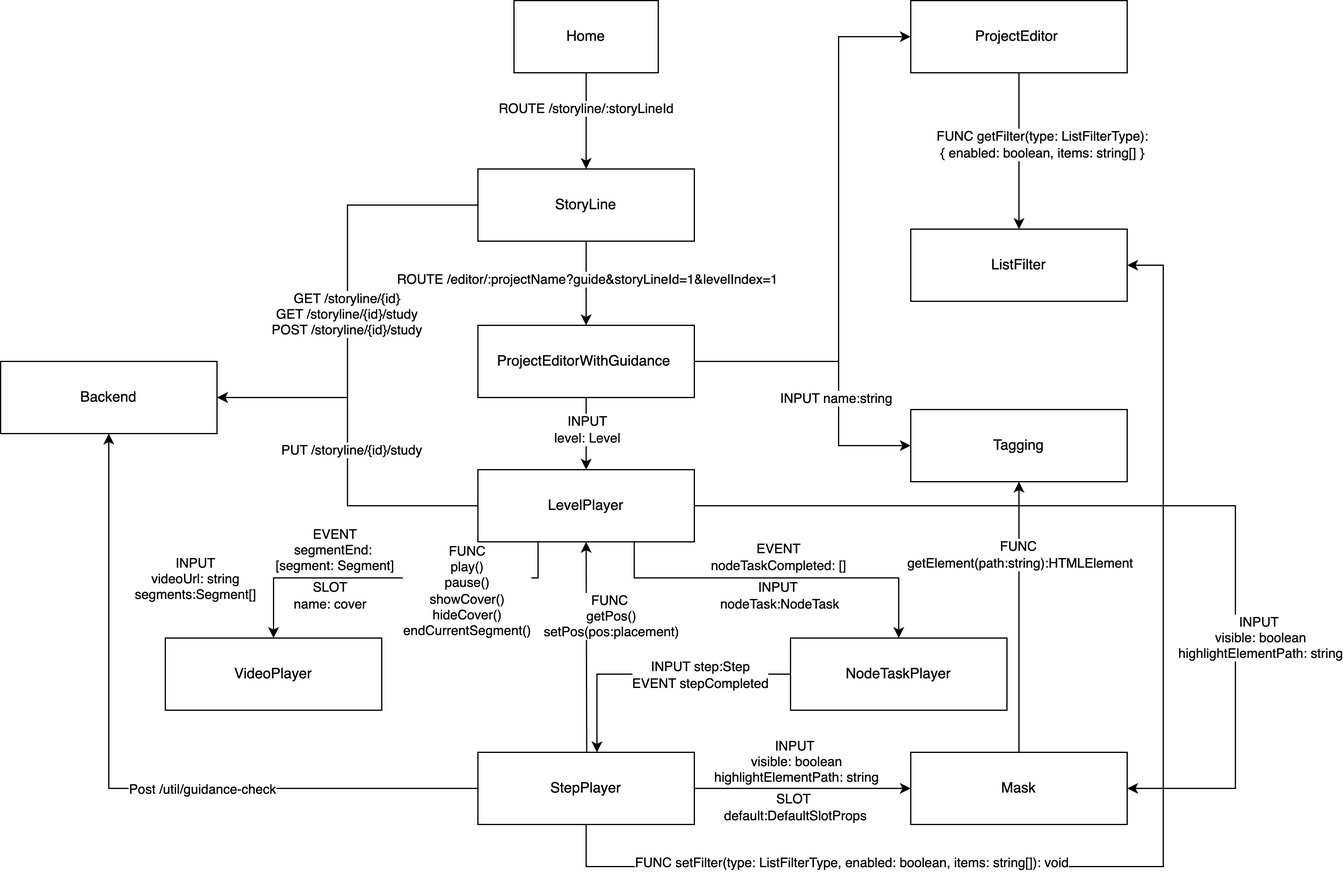
Before: docs/develop/guidance/assets/guidance-architecture.png, a diagram exported from draw.io (goplus/builder). Source tidied: cells renumbered, new cells last; positions are measured from the earlier drawing's top-left corner, leaving out a move shared by most shapes.
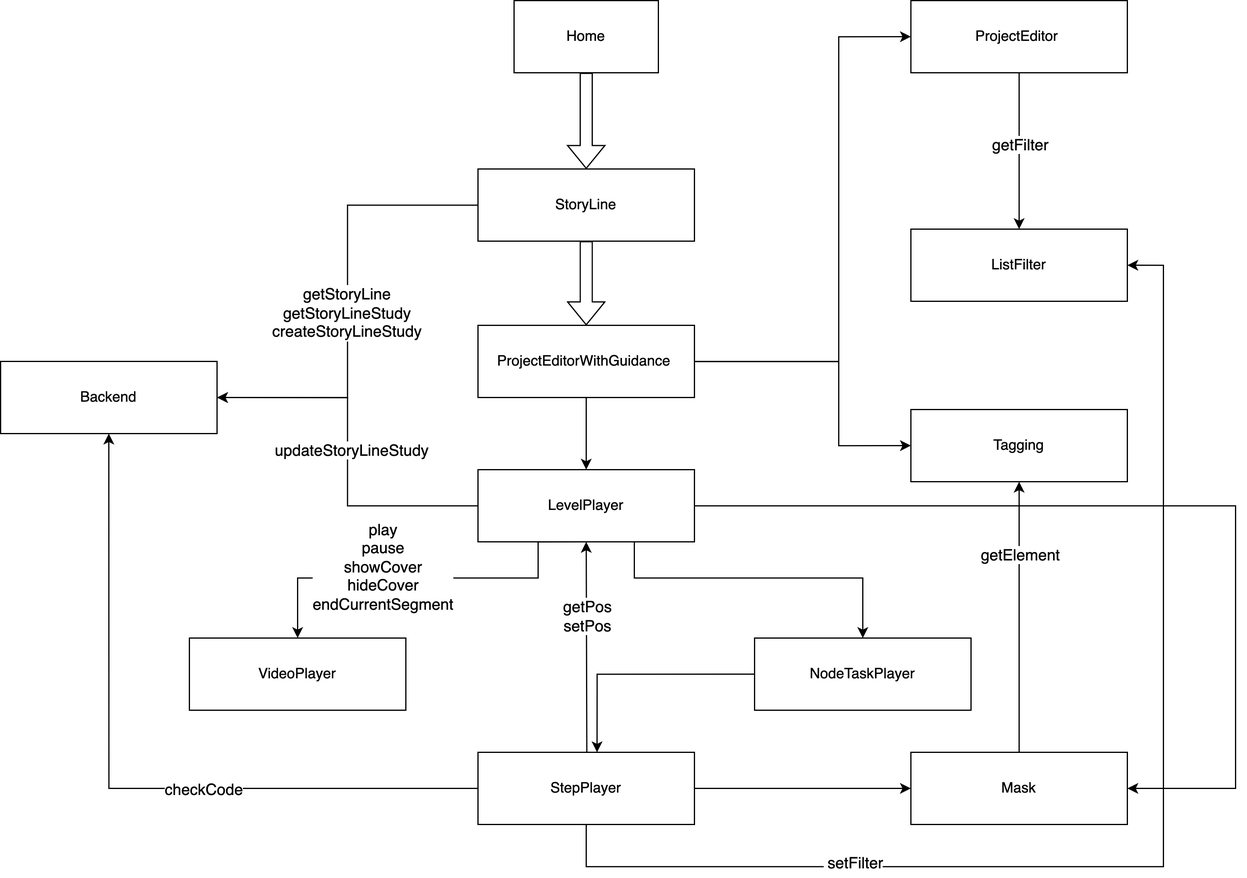
After the commit.

Commit message:
update image of guidance-architecture

Change to the diagram source:
```diff
@@ -5,30 +5,20 @@
     <mxCell id="2" style="edgeStyle=orthogonalEdgeStyle;rounded=0;jettySize=auto;html=1;entryX=1;entryY=0.5;entryDx=0;entryDy=0;" parent="1" edge="1" source="6" target="45">
       <mxGeometry relative="1" as="geometry" />
     </mxCell>
-    <mxCell id="3" value="GET /storyline/{id}&lt;div&gt;GET /storyline/{id}/study&lt;/div&gt;&lt;div&gt;POST /storyline/{id}/study&lt;/div&gt;" style="edgeLabel;html=1;align=center;verticalAlign=middle;" parent="2" vertex="1">
+    <mxCell id="3" value="getStoryLine&lt;div&gt;getStoryLineStudy&lt;/div&gt;&lt;div&gt;createStoryLineStudy&lt;/div&gt;" style="edgeLabel;html=1;align=center;verticalAlign=middle;fontSize=13;" parent="2" vertex="1">
       <mxGeometry x="-0.11" y="-1" relative="1" as="geometry">
         <mxPoint y="30" as="offset" />
       </mxGeometry>
     </mxCell>
-    <mxCell id="4" style="edgeStyle=orthogonalEdgeStyle;rounded=0;jettySize=auto;html=1;entryX=0.5;entryY=0;entryDx=0;entryDy=0;" parent="1" edge="1" source="6" target="12">
+    <mxCell id="4" style="edgeStyle=orthogonalEdgeStyle;rounded=0;jettySize=auto;html=1;entryX=0.5;entryY=0;entryDx=0;entryDy=0;shape=flexArrow;" parent="1" edge="1" source="6" target="12">
       <mxGeometry relative="1" as="geometry" />
     </mxCell>
-    <mxCell id="5" value="ROUTE /editor/:projectName?guide&amp;amp;storyLineId=1&amp;amp;levelIndex=1" style="edgeLabel;html=1;align=center;verticalAlign=middle;" parent="4" vertex="1">
-      <mxGeometry x="-0.09" relative="1" as="geometry">
-        <mxPoint y="-1" as="offset" />
-      </mxGeometry>
-    </mxCell>
     <mxCell id="6" value="StoryLine" style="rounded=0;whiteSpace=wrap;html=1;" parent="1" vertex="1">
       <mxGeometry x="397" y="140" width="180" height="60" as="geometry" />
     </mxCell>
     <mxCell id="7" style="edgeStyle=orthogonalEdgeStyle;rounded=0;jettySize=auto;html=1;entryX=0.5;entryY=0;entryDx=0;entryDy=0;" parent="1" edge="1" source="12" target="27">
       <mxGeometry relative="1" as="geometry" />
     </mxCell>
-    <mxCell id="8" value="INPUT&lt;div&gt;level: Level&lt;/div&gt;" style="edgeLabel;html=1;align=center;verticalAlign=middle;" parent="7" vertex="1">
-      <mxGeometry x="-0.14" y="2" relative="1" as="geometry">
-        <mxPoint x="-2" as="offset" />
-      </mxGeometry>
-    </mxCell>
     <mxCell id="9" style="edgeStyle=orthogonalEdgeStyle;rounded=0;jettySize=auto;html=1;entryX=0;entryY=0.5;entryDx=0;entryDy=0;" parent="1" edge="1" source="12" target="29">
       <mxGeometry relative="1" as="geometry">
         <Array as="points">
@@ -37,11 +27,6 @@
         </Array>
       </mxGeometry>
     </mxCell>
-    <mxCell id="10" value="INPUT name:string" style="edgeLabel;html=1;align=center;verticalAlign=middle;" parent="9" vertex="1">
-      <mxGeometry x="-0.13" relative="1" as="geometry">
-        <mxPoint x="9" y="30" as="offset" />
-      </mxGeometry>
-    </mxCell>
     <mxCell id="11" style="edgeStyle=orthogonalEdgeStyle;rounded=0;jettySize=auto;html=1;entryX=0;entryY=0.5;entryDx=0;entryDy=0;" parent="1" edge="1" source="12" target="51">
       <mxGeometry relative="1" as="geometry">
         <Array as="points">
@@ -56,7 +41,7 @@
     <mxCell id="13" style="edgeStyle=orthogonalEdgeStyle;rounded=0;jettySize=auto;html=1;entryX=1;entryY=0.5;entryDx=0;entryDy=0;" parent="1" edge="1" source="27" target="45">
       <mxGeometry relative="1" as="geometry" />
     </mxCell>
-    <mxCell id="14" value="PUT /storyline/{id}/study" style="edgeLabel;html=1;align=center;verticalAlign=middle;" parent="13" vertex="1">
+    <mxCell id="14" value="updateStoryLineStudy" style="edgeLabel;html=1;align=center;verticalAlign=middle;fontSize=13;" parent="13" vertex="1">
       <mxGeometry x="0.01" y="-3" relative="1" as="geometry" />
     </mxCell>
     <mxCell id="15" style="edgeStyle=orthogonalEdgeStyle;rounded=0;jettySize=auto;html=1;exitX=0.5;exitY=1;exitDx=0;exitDy=0;entryX=0.5;entryY=0;entryDx=0;entryDy=0;" parent="1" edge="1" source="27" target="44">
@@ -64,49 +49,24 @@
         <Array as="points">
           <mxPoint x="447" y="450" />
           <mxPoint x="447" y="480" />
-          <mxPoint x="227" y="480" />
+          <mxPoint x="247" y="480" />
         </Array>
       </mxGeometry>
     </mxCell>
-    <mxCell id="16" value="FUNC&lt;div&gt;play()&lt;br&gt;pause()&lt;br&gt;showCover()&lt;br&gt;hideCover()&lt;/div&gt;&lt;div&gt;endCurrentSegment()&lt;/div&gt;" style="edgeLabel;html=1;align=center;verticalAlign=middle;" parent="15" vertex="1">
+    <mxCell id="16" value="&lt;div&gt;play&lt;br&gt;pause&lt;br&gt;showCover&lt;br&gt;hideCover&lt;/div&gt;&lt;div&gt;endCurrentSegment&lt;/div&gt;" style="edgeLabel;html=1;align=center;verticalAlign=middle;fontSize=13;" parent="15" vertex="1">
       <mxGeometry x="0.03" y="-1" relative="1" as="geometry">
-        <mxPoint x="45" y="11" as="offset" />
+        <mxPoint x="-35" y="-9" as="offset" />
       </mxGeometry>
     </mxCell>
-    <mxCell id="17" value="INPUT&lt;br&gt;videoUrl: string&lt;br&gt;segments:Segment[]" style="edgeLabel;html=1;align=center;verticalAlign=middle;" parent="15" vertex="1">
-      <mxGeometry x="0.58" y="-1" relative="1" as="geometry">
-        <mxPoint x="-87" y="1" as="offset" />
-      </mxGeometry>
-    </mxCell>
-    <mxCell id="18" value="EVENT&lt;div&gt;segmentEnd:&amp;nbsp;&lt;/div&gt;&lt;div&gt;[segment: Segment]&lt;/div&gt;" style="edgeLabel;html=1;align=center;verticalAlign=middle;" parent="15" vertex="1">
-      <mxGeometry x="-0.07" y="-1" relative="1" as="geometry">
-        <mxPoint x="-81" y="-23" as="offset" />
-      </mxGeometry>
-    </mxCell>
-    <mxCell id="19" value="SLOT&lt;div&gt;name: cover&lt;/div&gt;" style="edgeLabel;html=1;align=center;verticalAlign=middle;" parent="15" vertex="1">
-      <mxGeometry x="0.43" y="2" relative="1" as="geometry">
-        <mxPoint y="12" as="offset" />
-      </mxGeometry>
-    </mxCell>
     <mxCell id="20" style="edgeStyle=orthogonalEdgeStyle;rounded=0;jettySize=auto;html=1;entryX=0.5;entryY=0;entryDx=0;entryDy=0;" parent="1" edge="1" target="33">
       <mxGeometry relative="1" as="geometry">
         <mxPoint x="527" y="450" as="sourcePoint" />
         <Array as="points">
           <mxPoint x="527" y="480" />
-          <mxPoint x="747" y="480" />
+          <mxPoint x="717" y="480" />
         </Array>
       </mxGeometry>
     </mxCell>
-    <mxCell id="21" value="INPUT&amp;nbsp;&lt;div&gt;nodeTask:NodeTask&lt;/div&gt;" style="edgeLabel;html=1;align=center;verticalAlign=middle;" parent="20" vertex="1">
-      <mxGeometry x="-0.29" y="3" relative="1" as="geometry">
-        <mxPoint x="43" y="17" as="offset" />
-      </mxGeometry>
-    </mxCell>
-    <mxCell id="22" value="EVENT&lt;div&gt;nodeTaskCompleted: []&lt;/div&gt;" style="edgeLabel;html=1;align=center;verticalAlign=middle;" parent="20" vertex="1">
-      <mxGeometry x="0.49" relative="1" as="geometry">
-        <mxPoint x="-74" y="-18" as="offset" />
-      </mxGeometry>
-    </mxCell>
     <mxCell id="23" style="edgeStyle=orthogonalEdgeStyle;rounded=0;jettySize=auto;html=1;entryX=0.5;entryY=0;entryDx=0;entryDy=0;exitX=0;exitY=0.5;exitDx=0;exitDy=0;" parent="1" edge="1" source="33">
       <mxGeometry relative="1" as="geometry">
         <mxPoint x="496" y="625" as="targetPoint" />
@@ -115,11 +75,6 @@
         </Array>
       </mxGeometry>
     </mxCell>
-    <mxCell id="24" value="INPUT step:Step&lt;div&gt;EVENT stepCompleted&lt;/div&gt;" style="edgeLabel;html=1;align=center;verticalAlign=middle;" parent="23" vertex="1">
-      <mxGeometry x="-0.3" y="1" relative="1" as="geometry">
-        <mxPoint x="4" y="-1" as="offset" />
-      </mxGeometry>
-    </mxCell>
     <mxCell id="25" style="edgeStyle=orthogonalEdgeStyle;rounded=0;jettySize=auto;html=1;entryX=1;entryY=0.5;entryDx=0;entryDy=0;" parent="1" edge="1" source="27" target="32">
       <mxGeometry relative="1" as="geometry">
         <Array as="points">
@@ -128,11 +83,6 @@
         </Array>
       </mxGeometry>
     </mxCell>
-    <mxCell id="26" value="INPUT&amp;nbsp;&lt;div&gt;visible: boolean&lt;/div&gt;&lt;div&gt;highlightElementPath: string&lt;/div&gt;" style="edgeLabel;html=1;align=center;verticalAlign=middle;" parent="25" vertex="1">
-      <mxGeometry x="0.44" y="2" relative="1" as="geometry">
-        <mxPoint x="18" y="1" as="offset" />
-      </mxGeometry>
-    </mxCell>
     <mxCell id="27" value="LevelPlayer" style="rounded=0;whiteSpace=wrap;html=1;" parent="1" vertex="1">
       <mxGeometry x="397" y="390" width="180" height="60" as="geometry" />
     </mxCell>
@@ -145,7 +95,7 @@
     <mxCell id="30" style="edgeStyle=orthogonalEdgeStyle;rounded=0;jettySize=auto;html=1;" parent="1" edge="1" source="32" target="29">
       <mxGeometry relative="1" as="geometry" />
     </mxCell>
-    <mxCell id="31" value="FUNC&amp;nbsp;&lt;div&gt;getElement(path:string):HTMLElement&lt;/div&gt;" style="edgeLabel;html=1;align=center;verticalAlign=middle;" parent="30" vertex="1">
+    <mxCell id="31" value="&lt;div&gt;getElement&lt;/div&gt;" style="edgeLabel;html=1;align=center;verticalAlign=middle;fontSize=13;" parent="30" vertex="1">
       <mxGeometry x="0.24" y="1" relative="1" as="geometry">
         <mxPoint x="1" y="-26" as="offset" />
       </mxGeometry>
@@ -154,7 +104,7 @@
       <mxGeometry x="757" y="625" width="180" height="60" as="geometry" />
     </mxCell>
     <mxCell id="33" value="NodeTaskPlayer" style="rounded=0;whiteSpace=wrap;html=1;" parent="1" vertex="1">
-      <mxGeometry x="657" y="530" width="180" height="60" as="geometry" />
+      <mxGeometry x="627" y="530" width="180" height="60" as="geometry" />
     </mxCell>
     <mxCell id="34" style="edgeStyle=orthogonalEdgeStyle;rounded=0;orthogonalLoop=1;jettySize=auto;html=1;exitX=0.5;exitY=0;exitDx=0;exitDy=0;" parent="1" edge="1">
       <mxGeometry relative="1" as="geometry">
@@ -165,15 +115,15 @@
         </Array>
       </mxGeometry>
     </mxCell>
-    <mxCell id="35" value="FUNC&amp;nbsp;&lt;div&gt;getPos()&lt;div&gt;setPos(pos:placement)&lt;/div&gt;&lt;/div&gt;" style="edgeLabel;html=1;align=center;verticalAlign=middle;" parent="34" vertex="1">
+    <mxCell id="35" value="&lt;div&gt;getPos&lt;div&gt;setPos&lt;/div&gt;&lt;/div&gt;" style="edgeLabel;html=1;align=center;verticalAlign=middle;fontSize=13;" parent="34" vertex="1">
       <mxGeometry x="0.16" y="2" relative="1" as="geometry">
-        <mxPoint x="22" y="-12" as="offset" />
+        <mxPoint x="2" y="-12" as="offset" />
       </mxGeometry>
     </mxCell>
     <mxCell id="36" style="edgeStyle=orthogonalEdgeStyle;rounded=0;jettySize=auto;html=1;entryX=0.5;entryY=1;entryDx=0;entryDy=0;" parent="1" edge="1" source="43" target="45">
       <mxGeometry relative="1" as="geometry" />
     </mxCell>
-    <mxCell id="37" value="Post /util/guidance-check" style="edgeLabel;html=1;align=center;verticalAlign=middle;" parent="36" vertex="1">
+    <mxCell id="37" value="checkCode" style="edgeLabel;html=1;align=center;verticalAlign=middle;fontSize=13;" parent="36" vertex="1">
       <mxGeometry x="-0.24" y="5" relative="1" as="geometry">
         <mxPoint y="-5" as="offset" />
       </mxGeometry>
@@ -181,16 +131,6 @@
     <mxCell id="38" style="edgeStyle=orthogonalEdgeStyle;rounded=0;jettySize=auto;html=1;entryX=0;entryY=0.5;entryDx=0;entryDy=0;" parent="1" edge="1" source="43" target="32">
       <mxGeometry relative="1" as="geometry" />
     </mxCell>
-    <mxCell id="39" value="INPUT&amp;nbsp;&lt;div&gt;visible: boolean&lt;/div&gt;&lt;div&gt;highlightElementPath: string&lt;/div&gt;" style="edgeLabel;html=1;align=center;verticalAlign=middle;" parent="38" vertex="1">
-      <mxGeometry x="-0.27" y="-2" relative="1" as="geometry">
-        <mxPoint x="19" y="-25" as="offset" />
-      </mxGeometry>
-    </mxCell>
-    <mxCell id="40" value="SLOT&amp;nbsp;&lt;div&gt;default:DefaultSlotProps&lt;/div&gt;" style="edgeLabel;html=1;align=center;verticalAlign=middle;" parent="38" vertex="1">
-      <mxGeometry x="-0.06" y="-2" relative="1" as="geometry">
-        <mxPoint y="13" as="offset" />
-      </mxGeometry>
-    </mxCell>
     <mxCell id="41" style="edgeStyle=orthogonalEdgeStyle;rounded=0;jettySize=auto;html=1;entryX=1;entryY=0.5;entryDx=0;entryDy=0;" parent="1" edge="1" source="43" target="28">
       <mxGeometry relative="1" as="geometry">
         <Array as="points">
@@ -200,7 +140,7 @@
         </Array>
       </mxGeometry>
     </mxCell>
-    <mxCell id="42" value="FUNC setFilter(type: ListFilterType, enabled: boolean, items: string[]): void" style="edgeLabel;html=1;align=center;verticalAlign=middle;" parent="41" vertex="1">
+    <mxCell id="42" value="&amp;nbsp;setFilter" style="edgeLabel;html=1;align=center;verticalAlign=middle;fontSize=13;" parent="41" vertex="1">
       <mxGeometry x="-0.65" y="4" relative="1" as="geometry">
         <mxPoint x="73" as="offset" />
       </mxGeometry>
@@ -209,28 +149,23 @@
       <mxGeometry x="397" y="625" width="180" height="60" as="geometry" />
     </mxCell>
     <mxCell id="44" value="VideoPlayer" style="rounded=0;whiteSpace=wrap;html=1;" parent="1" vertex="1">
-      <mxGeometry x="137" y="530" width="180" height="60" as="geometry" />
+      <mxGeometry x="157" y="530" width="180" height="60" as="geometry" />
     </mxCell>
     <mxCell id="45" value="Backend" style="rounded=0;whiteSpace=wrap;html=1;" parent="1" vertex="1">
       <mxGeometry y="300" width="180" height="60" as="geometry" />
     </mxCell>
-    <mxCell id="46" style="edgeStyle=orthogonalEdgeStyle;rounded=0;jettySize=auto;html=1;entryX=0.5;entryY=0;entryDx=0;entryDy=0;" parent="1" edge="1" source="48" target="6">
+    <mxCell id="46" style="edgeStyle=orthogonalEdgeStyle;rounded=0;jettySize=auto;html=1;entryX=0.5;entryY=0;entryDx=0;entryDy=0;shape=flexArrow;" parent="1" edge="1" source="48" target="6">
       <mxGeometry relative="1" as="geometry" />
     </mxCell>
-    <mxCell id="47" value="ROUTE /storyline/:storyLineId" style="edgeLabel;html=1;align=center;verticalAlign=middle;" parent="46" vertex="1">
-      <mxGeometry x="-0.26" y="-1" relative="1" as="geometry">
-        <mxPoint y="-1" as="offset" />
-      </mxGeometry>
-    </mxCell>
     <mxCell id="48" value="Home" style="rounded=0;whiteSpace=wrap;html=1;" parent="1" vertex="1">
       <mxGeometry x="427" width="120" height="60" as="geometry" />
     </mxCell>
     <mxCell id="49" style="edgeStyle=orthogonalEdgeStyle;rounded=0;jettySize=auto;html=1;entryX=0.5;entryY=0;entryDx=0;entryDy=0;" parent="1" edge="1" source="51" target="28">
       <mxGeometry relative="1" as="geometry" />
     </mxCell>
-    <mxCell id="50" value="FUNC getFilter(type: ListFilterType):&amp;nbsp;&lt;br&gt;{ enabled: boolean, items: string[] }&amp;nbsp;" style="edgeLabel;html=1;align=center;verticalAlign=middle;" parent="49" vertex="1">
+    <mxCell id="50" value="&amp;nbsp;getFilter&amp;nbsp;" style="edgeLabel;html=1;align=center;verticalAlign=middle;fontSize=13;" parent="49" vertex="1">
       <mxGeometry x="-0.08" y="-3" relative="1" as="geometry">
-        <mxPoint x="23" y="-1" as="offset" />
+        <mxPoint x="3" y="-1" as="offset" />
       </mxGeometry>
     </mxCell>
     <mxCell id="51" value="ProjectEditor&amp;nbsp;" style="rounded=0;whiteSpace=wrap;html=1;" parent="1" vertex="1">
```
